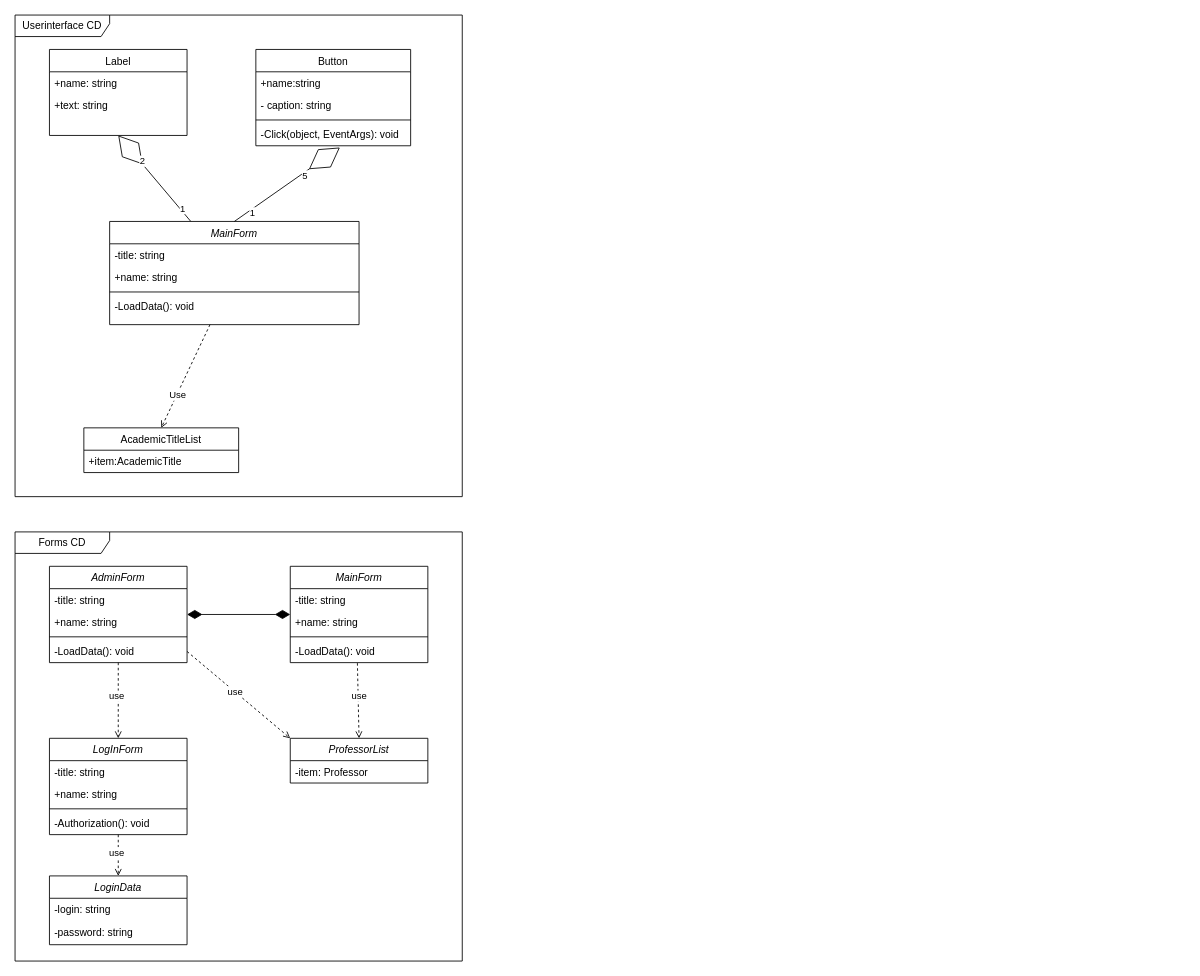
Above: lab7.drawio in OxiDis2004/Univer (draw.io), before the change. Source tidied: cells renumbered, new cells numbered last; positions are measured from the earlier drawing's top-left corner, leaving out a move shared by most shapes. Both pictures are drawn from the tidied source at 86%, with x=0, y=0 at pixel (15, 15).
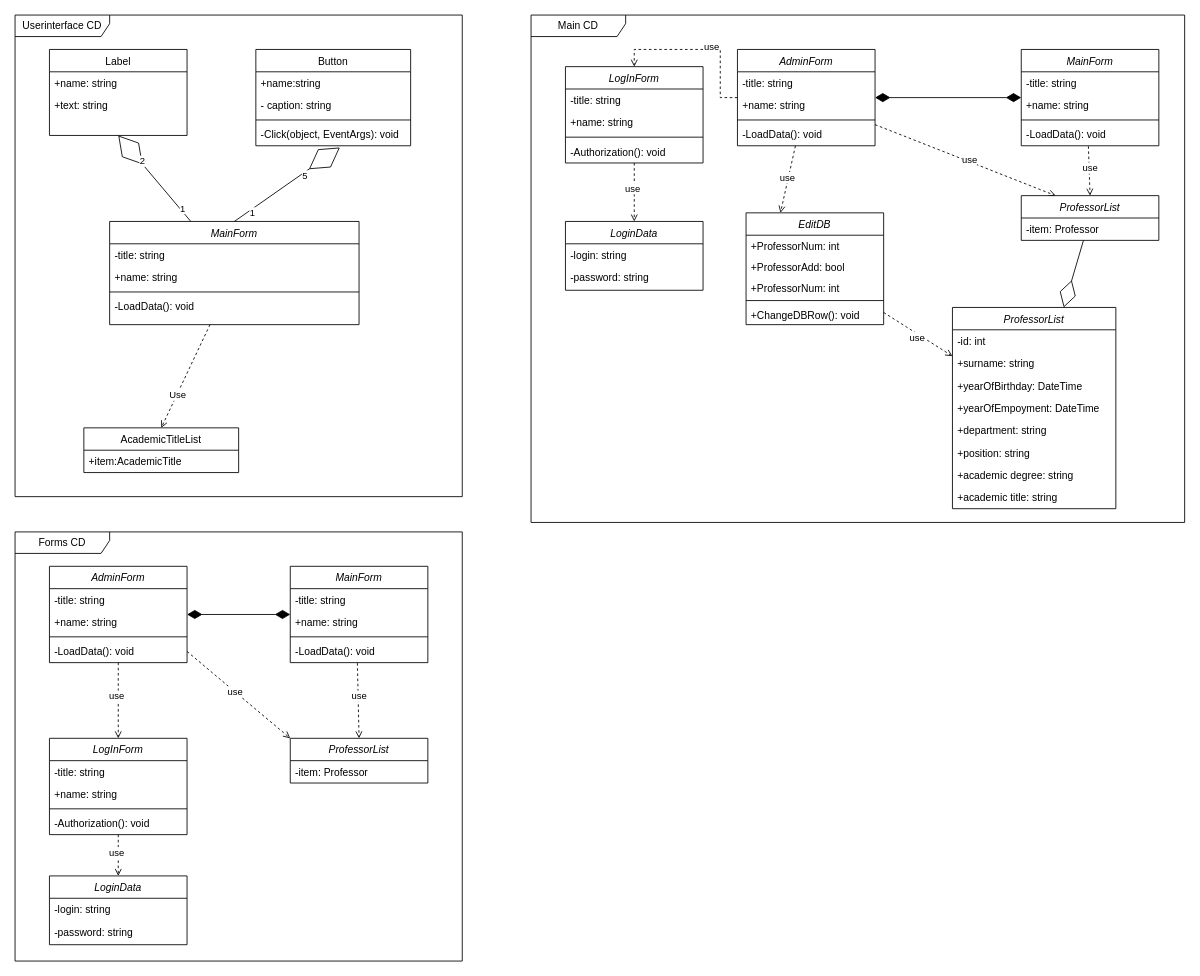
After the change.

The edit, as a diff of the source:
```diff
@@
+    <mxCell id="56" value="Main CD" style="shape=umlFrame;whiteSpace=wrap;html=1;width=110;height=25;" parent="1" vertex="1">
+      <mxGeometry x="600" width="760" height="590" as="geometry" />
+    </mxCell>
+    <mxCell id="57" value="MainForm" style="swimlane;fontStyle=2;align=center;verticalAlign=top;horizontal=1;startSize=26;rounded=0;shadow=0;strokeWidth=1;" parent="1" vertex="1">
+      <mxGeometry x="1170" y="40" width="160" height="112" as="geometry" />
+    </mxCell>
+    <mxCell id="58" value="-title: string" style="text;align=left;verticalAlign=top;spacingLeft=4;spacingRight=4;overflow=hidden;" parent="57" vertex="1">
+      <mxGeometry y="26" width="160" height="26" as="geometry" />
+    </mxCell>
+    <mxCell id="59" value="+name: string" style="text;align=left;verticalAlign=top;spacingLeft=4;spacingRight=4;overflow=hidden;rounded=0;shadow=0;html=0;" parent="57" vertex="1">
+      <mxGeometry y="52" width="160" height="26" as="geometry" />
+    </mxCell>
+    <mxCell id="60" style="line;html=1;strokeWidth=1;align=left;verticalAlign=middle;spacingTop=-1;spacingLeft=3;spacingRight=3;labelPosition=right;" parent="57" vertex="1">
+      <mxGeometry y="78" width="160" height="8" as="geometry" />
+    </mxCell>
+    <mxCell id="61" value="-LoadData(): void" style="text;align=left;verticalAlign=top;spacingLeft=4;spacingRight=4;overflow=hidden;points=[[0,0.5],[1,0.5]];portConstraint=eastwest;" parent="57" vertex="1">
+      <mxGeometry y="86" width="160" height="26" as="geometry" />
+    </mxCell>
+    <mxCell id="62" style="edgeStyle=orthogonalEdgeStyle;rounded=0;jettySize=auto;html=1;entryX=0.5;entryY=0;entryDx=0;entryDy=0;dashed=1;endArrow=open;endFill=0;" parent="1" edge="1" source="64" target="69">
+      <mxGeometry relative="1" as="geometry" />
+    </mxCell>
+    <mxCell id="63" value="use" style="edgeLabel;html=1;align=center;verticalAlign=middle;" parent="62" vertex="1">
+      <mxGeometry x="-0.12" y="-3" relative="1" as="geometry">
+        <mxPoint y="-1" as="offset" />
+      </mxGeometry>
+    </mxCell>
+    <mxCell id="64" value="LogInForm" style="swimlane;fontStyle=2;align=center;verticalAlign=top;horizontal=1;startSize=26;rounded=0;shadow=0;strokeWidth=1;" parent="1" vertex="1">
+      <mxGeometry x="640" y="60" width="160" height="112" as="geometry" />
+    </mxCell>
+    <mxCell id="65" value="-title: string" style="text;align=left;verticalAlign=top;spacingLeft=4;spacingRight=4;overflow=hidden;" parent="64" vertex="1">
+      <mxGeometry y="26" width="160" height="26" as="geometry" />
+    </mxCell>
+    <mxCell id="66" value="+name: string" style="text;align=left;verticalAlign=top;spacingLeft=4;spacingRight=4;overflow=hidden;rounded=0;shadow=0;html=0;" parent="64" vertex="1">
+      <mxGeometry y="52" width="160" height="26" as="geometry" />
+    </mxCell>
+    <mxCell id="67" style="line;html=1;strokeWidth=1;align=left;verticalAlign=middle;spacingTop=-1;spacingLeft=3;spacingRight=3;labelPosition=right;" parent="64" vertex="1">
+      <mxGeometry y="78" width="160" height="8" as="geometry" />
+    </mxCell>
+    <mxCell id="68" value="-Authorization(): void" style="text;align=left;verticalAlign=top;spacingLeft=4;spacingRight=4;overflow=hidden;" parent="64" vertex="1">
+      <mxGeometry y="86" width="160" height="26" as="geometry" />
+    </mxCell>
+    <mxCell id="69" value="LoginData" style="swimlane;fontStyle=2;align=center;verticalAlign=top;horizontal=1;startSize=26;rounded=0;shadow=0;strokeWidth=1;" parent="1" vertex="1">
+      <mxGeometry x="640" y="240" width="160" height="80" as="geometry" />
+    </mxCell>
+    <mxCell id="70" value="-login: string" style="text;align=left;verticalAlign=top;spacingLeft=4;spacingRight=4;overflow=hidden;" parent="69" vertex="1">
+      <mxGeometry y="26" width="160" height="26" as="geometry" />
+    </mxCell>
+    <mxCell id="71" value="-password: string" style="text;align=left;verticalAlign=top;spacingLeft=4;spacingRight=4;overflow=hidden;rounded=0;shadow=0;html=0;" parent="69" vertex="1">
+      <mxGeometry y="52" width="160" height="26" as="geometry" />
+    </mxCell>
+    <mxCell id="72" style="edgeStyle=orthogonalEdgeStyle;rounded=0;jettySize=auto;html=1;entryX=0.5;entryY=0;entryDx=0;entryDy=0;dashed=1;endArrow=open;endFill=0;" parent="1" edge="1" source="79" target="64">
+      <mxGeometry relative="1" as="geometry" />
+    </mxCell>
+    <mxCell id="73" value="use" style="edgeLabel;html=1;align=center;verticalAlign=middle;" parent="72" vertex="1">
+      <mxGeometry x="-0.11" y="-3" relative="1" as="geometry">
+        <mxPoint y="-1" as="offset" />
+      </mxGeometry>
+    </mxCell>
+    <mxCell id="74" style="edgeStyle=orthogonalEdgeStyle;rounded=0;jettySize=auto;html=1;endArrow=diamondThin;endFill=1;startArrow=diamondThin;startFill=1;endSize=15;startSize=15;" parent="1" edge="1" source="79" target="57">
+      <mxGeometry relative="1" as="geometry" />
+    </mxCell>
+    <mxCell id="75" style="rounded=0;jettySize=auto;html=1;dashed=1;endArrow=open;endFill=0;entryX=0.25;entryY=0;entryDx=0;entryDy=0;" parent="1" edge="1" source="79" target="100">
+      <mxGeometry relative="1" as="geometry" />
+    </mxCell>
+    <mxCell id="76" value="use" style="edgeLabel;html=1;align=center;verticalAlign=middle;" parent="75" vertex="1">
+      <mxGeometry x="-0.06" y="-2" relative="1" as="geometry" />
+    </mxCell>
+    <mxCell id="77" style="rounded=0;jettySize=auto;html=1;entryX=0.25;entryY=0;entryDx=0;entryDy=0;dashed=1;endArrow=open;endFill=0;" parent="1" edge="1" source="79" target="85">
+      <mxGeometry relative="1" as="geometry" />
+    </mxCell>
+    <mxCell id="78" value="use" style="edgeLabel;html=1;align=center;verticalAlign=middle;" parent="77" vertex="1">
+      <mxGeometry x="0.04" y="3" relative="1" as="geometry" />
+    </mxCell>
+    <mxCell id="79" value="AdminForm" style="swimlane;fontStyle=2;align=center;verticalAlign=top;horizontal=1;startSize=26;rounded=0;shadow=0;strokeWidth=1;" parent="1" vertex="1">
+      <mxGeometry x="840" y="40" width="160" height="112" as="geometry" />
+    </mxCell>
+    <mxCell id="80" value="-title: string" style="text;align=left;verticalAlign=top;spacingLeft=4;spacingRight=4;overflow=hidden;" parent="79" vertex="1">
+      <mxGeometry y="26" width="160" height="26" as="geometry" />
+    </mxCell>
+    <mxCell id="81" value="+name: string" style="text;align=left;verticalAlign=top;spacingLeft=4;spacingRight=4;overflow=hidden;rounded=0;shadow=0;html=0;" parent="79" vertex="1">
+      <mxGeometry y="52" width="160" height="26" as="geometry" />
+    </mxCell>
+    <mxCell id="82" style="line;html=1;strokeWidth=1;align=left;verticalAlign=middle;spacingTop=-1;spacingLeft=3;spacingRight=3;labelPosition=right;" parent="79" vertex="1">
+      <mxGeometry y="78" width="160" height="8" as="geometry" />
+    </mxCell>
+    <mxCell id="83" value="-LoadData(): void" style="text;align=left;verticalAlign=top;spacingLeft=4;spacingRight=4;overflow=hidden;" parent="79" vertex="1">
+      <mxGeometry y="86" width="160" height="26" as="geometry" />
+    </mxCell>
+    <mxCell id="84" style="rounded=0;jettySize=auto;html=1;endArrow=diamondThin;endFill=0;endSize=30;" parent="1" edge="1" source="85" target="89">
+      <mxGeometry relative="1" as="geometry" />
+    </mxCell>
+    <mxCell id="85" value="ProfessorList" style="swimlane;fontStyle=2;align=center;verticalAlign=top;horizontal=1;startSize=26;rounded=0;shadow=0;strokeWidth=1;" parent="1" vertex="1">
+      <mxGeometry x="1170" y="210" width="160" height="52" as="geometry" />
+    </mxCell>
+    <mxCell id="86" value="-item: Professor" style="text;align=left;verticalAlign=top;spacingLeft=4;spacingRight=4;overflow=hidden;" parent="85" vertex="1">
+      <mxGeometry y="26" width="160" height="26" as="geometry" />
+    </mxCell>
+    <mxCell id="87" style="rounded=0;jettySize=auto;html=1;entryX=0.5;entryY=0;entryDx=0;entryDy=0;dashed=1;endArrow=open;endFill=0;exitX=0.488;exitY=1.021;exitDx=0;exitDy=0;exitPerimeter=0;" parent="1" edge="1" source="61" target="85">
+      <mxGeometry relative="1" as="geometry" />
+    </mxCell>
+    <mxCell id="88" value="use" style="edgeLabel;html=1;align=center;verticalAlign=middle;" parent="87" vertex="1">
+      <mxGeometry x="-0.11" y="-3" relative="1" as="geometry">
+        <mxPoint x="4" y="-1" as="offset" />
+      </mxGeometry>
+    </mxCell>
+    <mxCell id="89" value="ProfessorList" style="swimlane;fontStyle=2;align=center;verticalAlign=top;horizontal=1;startSize=26;rounded=0;shadow=0;strokeWidth=1;" parent="1" vertex="1">
+      <mxGeometry x="1090" y="340" width="190" height="234" as="geometry" />
+    </mxCell>
+    <mxCell id="90" value="-id: int" style="text;align=left;verticalAlign=top;spacingLeft=4;spacingRight=4;overflow=hidden;" parent="89" vertex="1">
+      <mxGeometry y="26" width="190" height="26" as="geometry" />
+    </mxCell>
+    <mxCell id="91" value="+surname: string" style="text;align=left;verticalAlign=top;spacingLeft=4;spacingRight=4;overflow=hidden;" parent="89" vertex="1">
+      <mxGeometry y="52" width="190" height="26" as="geometry" />
+    </mxCell>
+    <mxCell id="92" value="+yearOfBirthday: DateTime" style="text;align=left;verticalAlign=top;spacingLeft=4;spacingRight=4;overflow=hidden;" parent="89" vertex="1">
+      <mxGeometry y="78" width="190" height="26" as="geometry" />
+    </mxCell>
+    <mxCell id="93" value="+yearOfEmpoyment: DateTime" style="text;align=left;verticalAlign=top;spacingLeft=4;spacingRight=4;overflow=hidden;" parent="89" vertex="1">
+      <mxGeometry y="104" width="190" height="26" as="geometry" />
+    </mxCell>
+    <mxCell id="94" value="+department: string" style="text;align=left;verticalAlign=top;spacingLeft=4;spacingRight=4;overflow=hidden;" parent="89" vertex="1">
+      <mxGeometry y="130" width="190" height="26" as="geometry" />
+    </mxCell>
+    <mxCell id="95" value="+position: string" style="text;align=left;verticalAlign=top;spacingLeft=4;spacingRight=4;overflow=hidden;" parent="89" vertex="1">
+      <mxGeometry y="156" width="190" height="26" as="geometry" />
+    </mxCell>
+    <mxCell id="96" value="+academic degree: string" style="text;align=left;verticalAlign=top;spacingLeft=4;spacingRight=4;overflow=hidden;" parent="89" vertex="1">
+      <mxGeometry y="182" width="190" height="26" as="geometry" />
+    </mxCell>
+    <mxCell id="97" value="+academic title: string" style="text;align=left;verticalAlign=top;spacingLeft=4;spacingRight=4;overflow=hidden;" parent="89" vertex="1">
+      <mxGeometry y="208" width="190" height="26" as="geometry" />
+    </mxCell>
+    <mxCell id="98" style="rounded=0;jettySize=auto;html=1;endArrow=open;endFill=0;dashed=1;" parent="1" edge="1" source="100" target="89">
+      <mxGeometry relative="1" as="geometry" />
+    </mxCell>
+    <mxCell id="99" value="use" style="edgeLabel;html=1;align=center;verticalAlign=middle;" parent="98" vertex="1">
+      <mxGeometry x="0.01" y="-4" relative="1" as="geometry" />
+    </mxCell>
+    <mxCell id="100" value="EditDB" style="swimlane;fontStyle=2;align=center;verticalAlign=top;horizontal=1;startSize=26;rounded=0;shadow=0;strokeWidth=1;" parent="1" vertex="1">
+      <mxGeometry x="850" y="230" width="160" height="130" as="geometry" />
+    </mxCell>
+    <mxCell id="101" value="+ProfessorNum: int" style="text;align=left;verticalAlign=top;spacingLeft=4;spacingRight=4;overflow=hidden;" parent="100" vertex="1">
+      <mxGeometry y="26" width="160" height="24" as="geometry" />
+    </mxCell>
+    <mxCell id="102" value="+ProfessorAdd: bool" style="text;align=left;verticalAlign=top;spacingLeft=4;spacingRight=4;overflow=hidden;" parent="100" vertex="1">
+      <mxGeometry y="50" width="160" height="24" as="geometry" />
+    </mxCell>
+    <mxCell id="103" value="+ProfessorNum: int" style="text;align=left;verticalAlign=top;spacingLeft=4;spacingRight=4;overflow=hidden;" parent="100" vertex="1">
+      <mxGeometry y="74" width="160" height="24" as="geometry" />
+    </mxCell>
+    <mxCell id="104" style="line;html=1;strokeWidth=1;align=left;verticalAlign=middle;spacingTop=-1;spacingLeft=3;spacingRight=3;labelPosition=right;" parent="100" vertex="1">
+      <mxGeometry y="98" width="160" height="8" as="geometry" />
+    </mxCell>
+    <mxCell id="105" value="+ChangeDBRow(): void" style="text;align=left;verticalAlign=top;spacingLeft=4;spacingRight=4;overflow=hidden;" parent="100" vertex="1">
+      <mxGeometry y="106" width="160" height="24" as="geometry" />
+    </mxCell>
```
